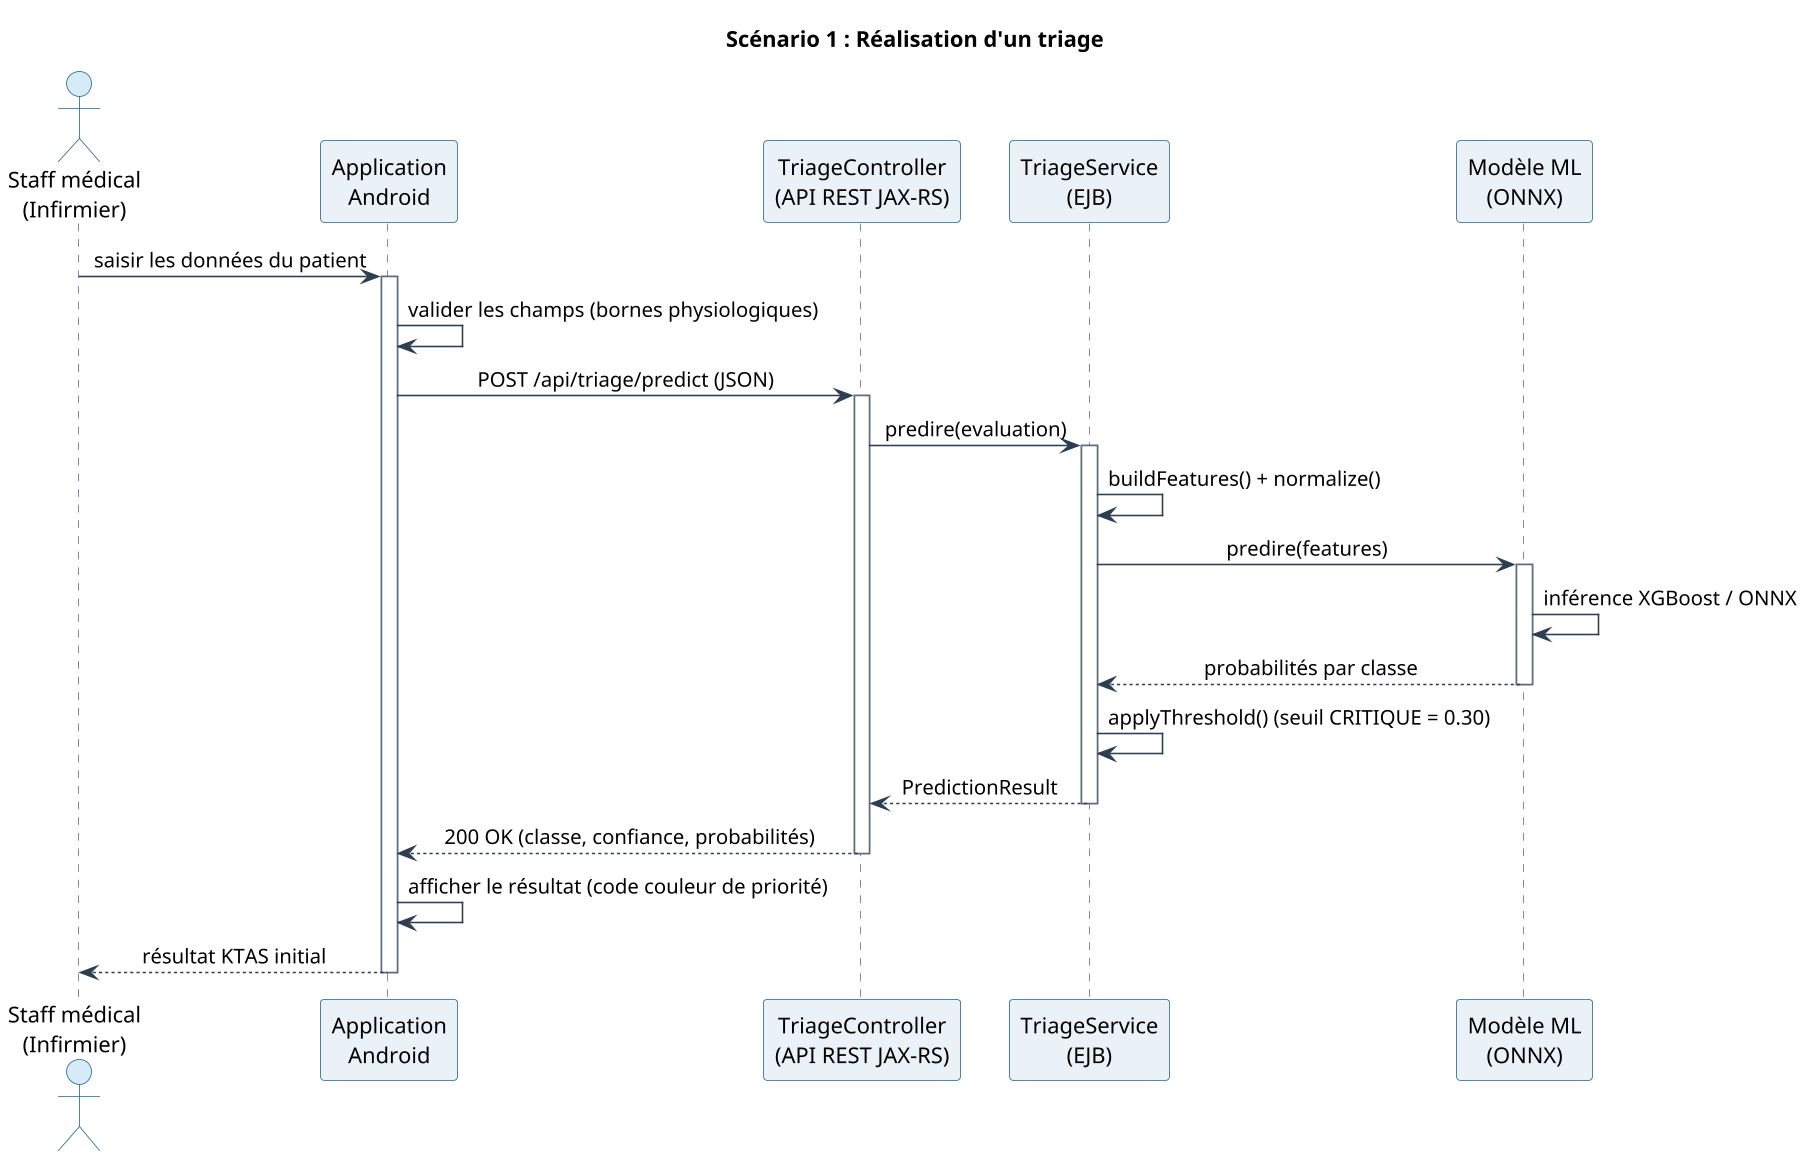
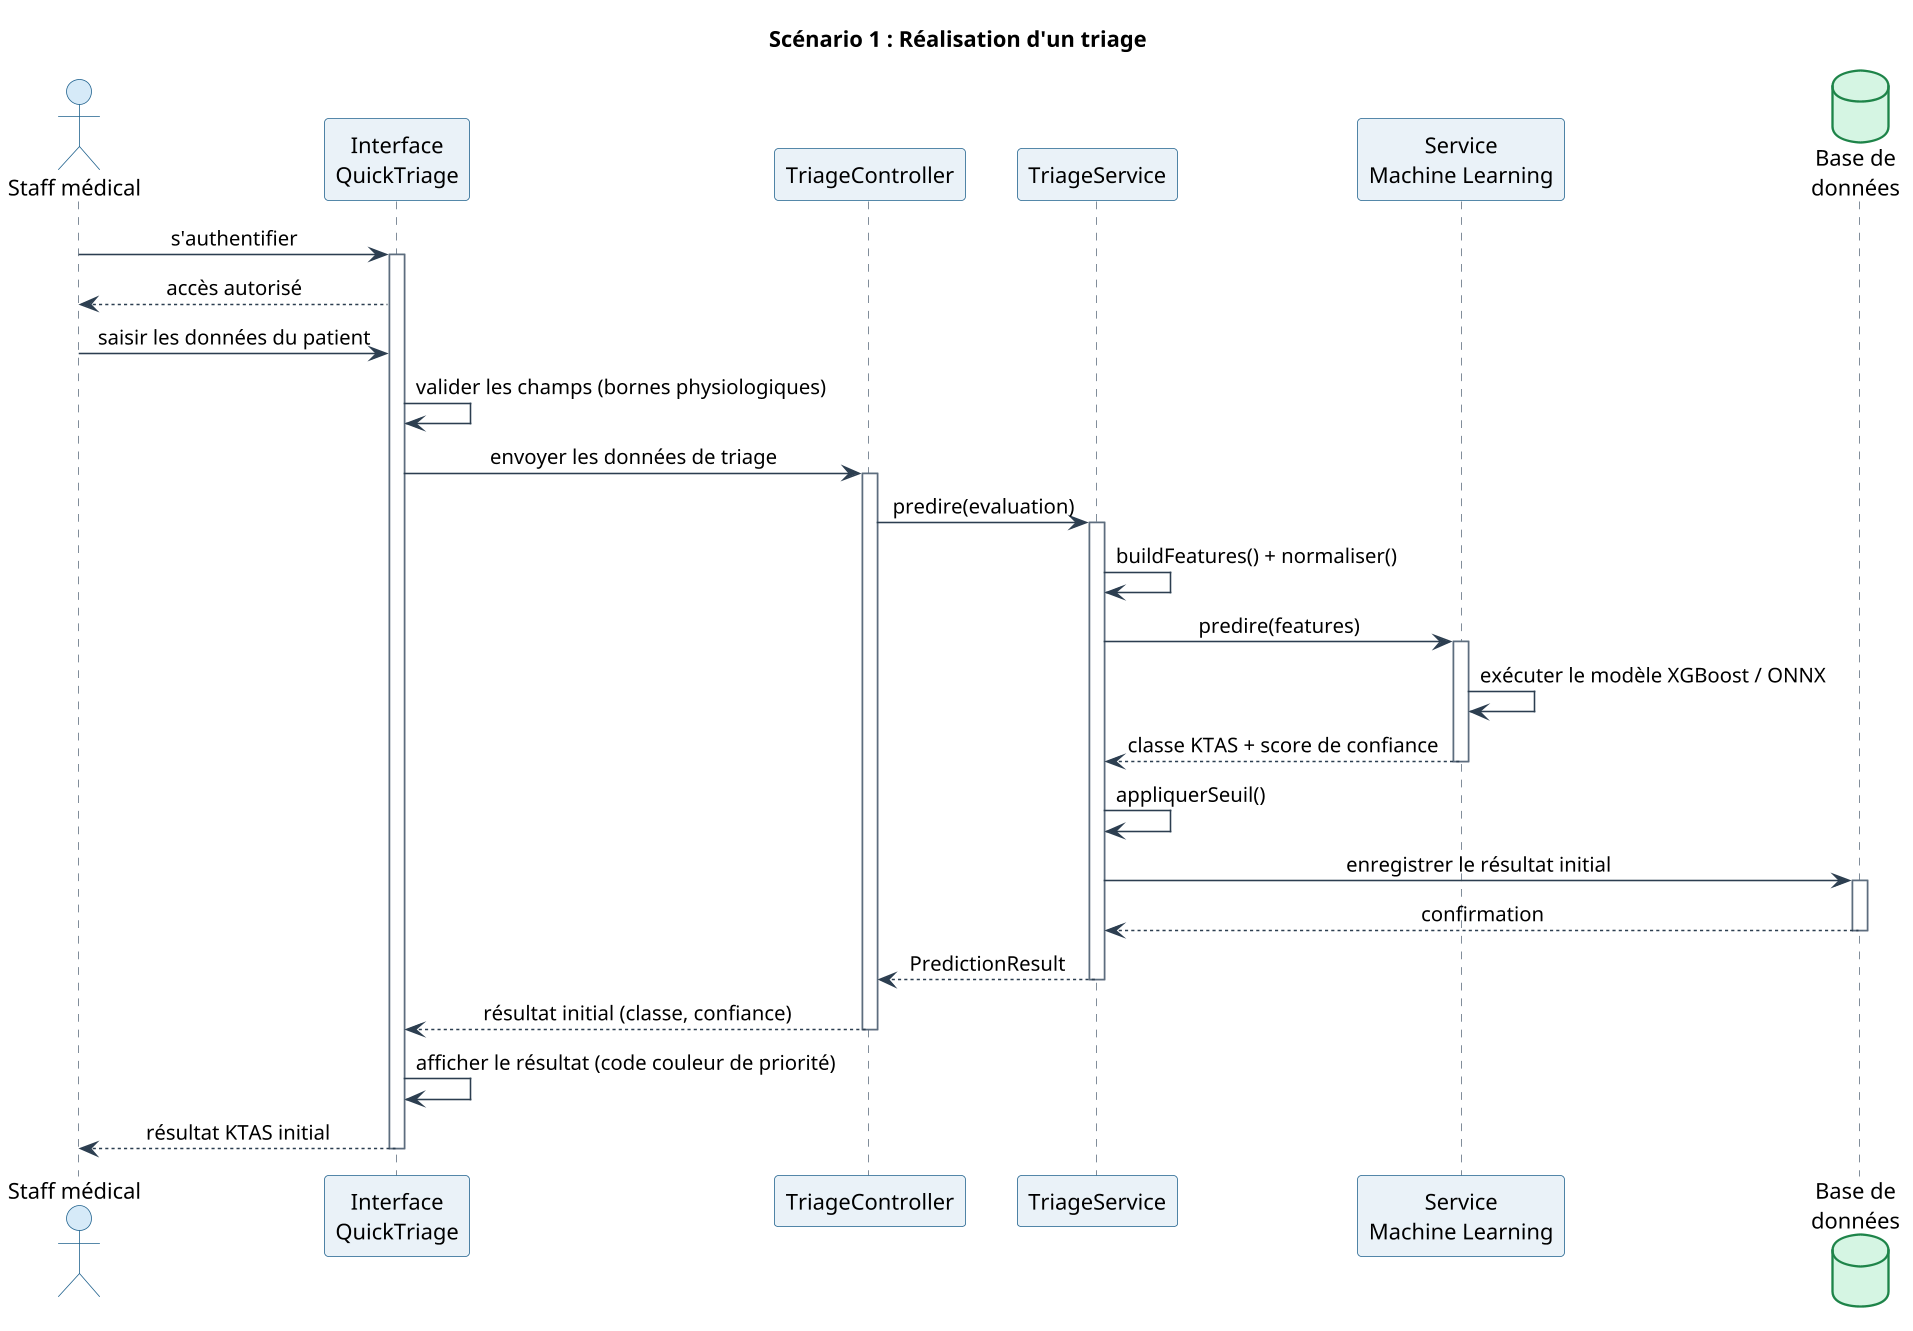
@startuml seq_triage
title Scénario 1 : Réalisation d'un triage
skinparam dpi 150
skinparam shadowing false
skinparam defaultFontName Helvetica
skinparam sequenceMessageAlign center
skinparam ParticipantBackgroundColor #EAF2F8
skinparam ParticipantBorderColor #1F618D
skinparam ActorBackgroundColor #D6EAF8
skinparam ActorBorderColor #1F618D
+ skinparam DatabaseBackgroundColor #D5F5E3
+ skinparam DatabaseBorderColor #1E8449
skinparam SequenceLifeLineBorderColor #5D6D7E
skinparam ArrowColor #2C3E50

- actor "Staff médical\n(Infirmier)" as Staff
- participant "Application\nAndroid" as App
- participant "TriageController\n(API REST JAX-RS)" as Ctrl
- participant "TriageService\n(EJB)" as Svc
- participant "Modèle ML\n(ONNX)" as ML
+ actor "Staff médical" as Staff
+ participant "Interface\nQuickTriage" as UI
+ participant "TriageController" as Ctrl
+ participant "TriageService" as Svc
+ participant "Service\nMachine Learning" as ML
+ database "Base de\ndonnées" as DB

- Staff -> App : saisir les données du patient
- activate App
- App -> App : valider les champs (bornes physiologiques)
+ Staff -> UI : s'authentifier
+ activate UI
+ UI --> Staff : accès autorisé

- App -> Ctrl : POST /api/triage/predict (JSON)
+ Staff -> UI : saisir les données du patient
+ UI -> UI : valider les champs (bornes physiologiques)
+ 
+ UI -> Ctrl : envoyer les données de triage
activate Ctrl
Ctrl -> Svc : predire(evaluation)
activate Svc

- Svc -> Svc : buildFeatures() + normalize()
+ Svc -> Svc : buildFeatures() + normaliser()
Svc -> ML : predire(features)
activate ML
- ML -> ML : inférence XGBoost / ONNX
- ML --> Svc : probabilités par classe
+ ML -> ML : exécuter le modèle XGBoost / ONNX
+ ML --> Svc : classe KTAS + score de confiance
deactivate ML

- Svc -> Svc : applyThreshold() (seuil CRITIQUE = 0.30)
+ Svc -> Svc : appliquerSeuil()
+ Svc -> DB : enregistrer le résultat initial
+ activate DB
+ DB --> Svc : confirmation
+ deactivate DB
Svc --> Ctrl : PredictionResult
deactivate Svc

- Ctrl --> App : 200 OK (classe, confiance, probabilités)
+ Ctrl --> UI : résultat initial (classe, confiance)
deactivate Ctrl

- App -> App : afficher le résultat (code couleur de priorité)
- App --> Staff : résultat KTAS initial
- deactivate App
+ UI -> UI : afficher le résultat (code couleur de priorité)
+ UI --> Staff : résultat KTAS initial
+ deactivate UI
@enduml
